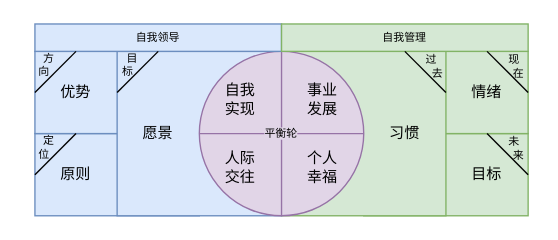
Earlier version of the draw.io diagram page "画布" (5 of 10) of 人生重启计划.drawio (youyusan/life_system). Source tidied: cells renumbered, new cells numbered last; positions are measured from the earlier drawing's top-left corner, leaving out a move shared by most shapes. Both pictures are drawn from the tidied source at 137%, with x=0, y=0 at pixel (23, 23).
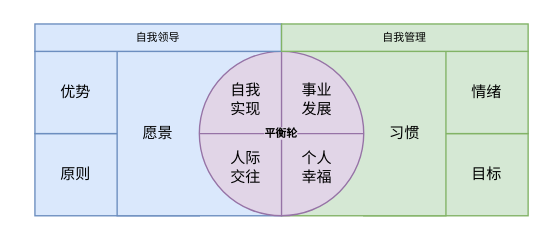
The same page after the edit.

Commit message:
更新人生重启计划.drawio

Unchanged cells that the change refers to:
```xml
<mxCell id="3" style="rounded=0;whiteSpace=wrap;html=1;fontFamily=Helvetica;fontSize=11;labelBackgroundColor=none;fillColor=#d5e8d4;strokeColor=#82b366;" parent="1" vertex="1">
  <mxGeometry x="248" y="20" width="120" height="60" as="geometry" />
</mxCell>
<mxCell id="5" style="rounded=0;whiteSpace=wrap;html=1;fontFamily=Helvetica;fontSize=11;labelBackgroundColor=none;fillColor=#dae8fc;strokeColor=#6c8ebf;" parent="1" vertex="1">
  <mxGeometry x="8" y="80" width="120" height="60" as="geometry" />
</mxCell>
<mxCell id="6" style="rounded=0;whiteSpace=wrap;html=1;fontFamily=Helvetica;fontSize=11;labelBackgroundColor=none;fillColor=#dae8fc;strokeColor=#6c8ebf;" parent="1" vertex="1">
  <mxGeometry x="8" y="20" width="120" height="60" as="geometry" />
</mxCell>
<mxCell id="17" value="情绪" style="text;html=1;align=center;verticalAlign=middle;whiteSpace=wrap;rounded=0;fontFamily=Helvetica;fontSize=11;labelBackgroundColor=none;" parent="1" vertex="1">
  <mxGeometry x="308" y="35" width="60" height="30" as="geometry" />
</mxCell>
```

Change to the diagram source:
```diff
@@
-    <mxCell id="8" value="&lt;span style=&quot;&quot;&gt;平衡轮&lt;/span&gt;" style="shape=orEllipse;perimeter=ellipsePerimeter;whiteSpace=wrap;html=1;backgroundOutline=1;fontFamily=Helvetica;fontSize=8;labelBackgroundColor=#E1D6E8;fillColor=#e1d5e7;strokeColor=#9673a6;" parent="1" vertex="1">
+    <mxCell id="8" value="&lt;span style=&quot;&quot;&gt;平衡轮&lt;/span&gt;" style="shape=orEllipse;perimeter=ellipsePerimeter;whiteSpace=wrap;html=1;backgroundOutline=1;fontFamily=Helvetica;fontSize=8;labelBackgroundColor=#E1D6E8;fillColor=#e1d5e7;strokeColor=#9673a6;fontStyle=1;" parent="1" vertex="1">
       <mxGeometry x="128" y="20" width="120" height="120" as="geometry" />
     </mxCell>
     <mxCell id="9" value="个人&lt;br&gt;幸福" style="text;html=1;align=center;verticalAlign=middle;whiteSpace=wrap;rounded=0;fontFamily=Helvetica;fontSize=11;labelBackgroundColor=none;" parent="1" vertex="1">
-      <mxGeometry x="188" y="90" width="60" height="30" as="geometry" />
+      <mxGeometry x="184" y="90" width="60" height="30" as="geometry" />
     </mxCell>
     <mxCell id="10" value="事业&lt;br&gt;发展" style="text;html=1;align=center;verticalAlign=middle;whiteSpace=wrap;rounded=0;fontFamily=Helvetica;fontSize=11;labelBackgroundColor=none;" parent="1" vertex="1">
-      <mxGeometry x="188" y="40" width="60" height="30" as="geometry" />
+      <mxGeometry x="184" y="40" width="60" height="30" as="geometry" />
     </mxCell>
     <mxCell id="11" value="自我&lt;br&gt;实现" style="text;html=1;align=center;verticalAlign=middle;whiteSpace=wrap;rounded=0;fontFamily=Helvetica;fontSize=11;labelBackgroundColor=none;" parent="1" vertex="1">
-      <mxGeometry x="128" y="40" width="60" height="30" as="geometry" />
+      <mxGeometry x="132" y="40" width="60" height="30" as="geometry" />
     </mxCell>
     <mxCell id="12" value="人际&lt;br&gt;交往" style="text;html=1;align=center;verticalAlign=middle;whiteSpace=wrap;rounded=0;fontFamily=Helvetica;fontSize=11;labelBackgroundColor=none;" parent="1" vertex="1">
-      <mxGeometry x="128" y="90" width="60" height="30" as="geometry" />
+      <mxGeometry x="132" y="90" width="60" height="30" as="geometry" />
     </mxCell>
@@
-    <mxCell id="21" style="endArrow=none;html=1;rounded=0;align=center;verticalAlign=middle;fontFamily=Helvetica;fontSize=11;fontColor=default;labelBackgroundColor=none;entryX=0.25;entryY=0;entryDx=0;entryDy=0;" parent="1" edge="1" target="6">
-      <mxGeometry relative="1" as="geometry">
-        <mxPoint x="8" y="50" as="sourcePoint" />
-      </mxGeometry>
-    </mxCell>
-    <mxCell id="22" value="&amp;nbsp; &amp;nbsp;方&lt;br&gt;向" style="text;html=1;align=center;verticalAlign=middle;whiteSpace=wrap;rounded=0;fontFamily=Helvetica;fontSize=8;labelBackgroundColor=none;" parent="1" vertex="1">
-      <mxGeometry y="20" width="30" height="20" as="geometry" />
-    </mxCell>
-    <mxCell id="23" value="&amp;nbsp; &amp;nbsp;定&lt;br&gt;位" style="text;html=1;align=center;verticalAlign=middle;whiteSpace=wrap;rounded=0;fontFamily=Helvetica;fontSize=8;labelBackgroundColor=none;" parent="1" vertex="1">
-      <mxGeometry y="55" width="30" height="70" as="geometry" />
-    </mxCell>
-    <mxCell id="24" style="endArrow=none;html=1;rounded=0;align=center;verticalAlign=middle;fontFamily=Helvetica;fontSize=11;fontColor=default;labelBackgroundColor=none;entryX=0.267;entryY=0.786;entryDx=0;entryDy=0;entryPerimeter=0;exitX=0.25;exitY=0;exitDx=0;exitDy=0;" parent="1" edge="1" source="5" target="23">
-      <mxGeometry relative="1" as="geometry" />
-    </mxCell>
-    <mxCell id="25" style="endArrow=none;html=1;rounded=0;align=center;verticalAlign=middle;fontFamily=Helvetica;fontSize=11;fontColor=default;labelBackgroundColor=none;entryX=0.25;entryY=0;entryDx=0;entryDy=0;" parent="1" edge="1">
-      <mxGeometry relative="1" as="geometry">
-        <mxPoint x="68" y="50" as="sourcePoint" />
-        <mxPoint x="98" y="20" as="targetPoint" />
-      </mxGeometry>
-    </mxCell>
-    <mxCell id="26" value="&amp;nbsp; &amp;nbsp;目&lt;br&gt;标" style="text;html=1;align=center;verticalAlign=middle;whiteSpace=wrap;rounded=0;fontFamily=Helvetica;fontSize=8;labelBackgroundColor=none;" parent="1" vertex="1">
-      <mxGeometry x="61" y="20" width="30" height="20" as="geometry" />
-    </mxCell>
-    <mxCell id="27" style="endArrow=none;html=1;rounded=0;align=center;verticalAlign=middle;fontFamily=Helvetica;fontSize=11;fontColor=default;labelBackgroundColor=none;entryX=1;entryY=0.5;entryDx=0;entryDy=0;exitX=0.75;exitY=0;exitDx=0;exitDy=0;" parent="1" edge="1" source="3" target="17">
-      <mxGeometry relative="1" as="geometry" />
-    </mxCell>
-    <mxCell id="28" style="endArrow=none;html=1;rounded=0;align=center;verticalAlign=middle;fontFamily=Helvetica;fontSize=11;fontColor=default;labelBackgroundColor=none;entryX=1;entryY=0.5;entryDx=0;entryDy=0;exitX=0.75;exitY=0;exitDx=0;exitDy=0;" parent="1" edge="1">
-      <mxGeometry relative="1" as="geometry">
-        <mxPoint x="338" y="80" as="sourcePoint" />
-        <mxPoint x="368" y="110" as="targetPoint" />
-      </mxGeometry>
-    </mxCell>
-    <mxCell id="29" style="endArrow=none;html=1;rounded=0;align=center;verticalAlign=middle;fontFamily=Helvetica;fontSize=11;fontColor=default;labelBackgroundColor=none;entryX=1;entryY=0.5;entryDx=0;entryDy=0;exitX=0.75;exitY=0;exitDx=0;exitDy=0;" parent="1" edge="1">
-      <mxGeometry relative="1" as="geometry">
-        <mxPoint x="278" y="20" as="sourcePoint" />
-        <mxPoint x="308" y="50" as="targetPoint" />
-      </mxGeometry>
-    </mxCell>
-    <mxCell id="30" value="现&lt;div&gt;&amp;nbsp; &amp;nbsp;在&lt;/div&gt;" style="text;html=1;align=center;verticalAlign=middle;whiteSpace=wrap;rounded=0;fontFamily=Helvetica;fontSize=8;labelBackgroundColor=none;" parent="1" vertex="1">
-      <mxGeometry x="343" y="21" width="30" height="20" as="geometry" />
-    </mxCell>
-    <mxCell id="31" value="未&lt;div&gt;&amp;nbsp; &amp;nbsp;来&lt;/div&gt;" style="text;html=1;align=center;verticalAlign=middle;whiteSpace=wrap;rounded=0;fontFamily=Helvetica;fontSize=8;labelBackgroundColor=none;" parent="1" vertex="1">
-      <mxGeometry x="343" y="81" width="30" height="20" as="geometry" />
-    </mxCell>
-    <mxCell id="32" value="&lt;div&gt;过&amp;nbsp; &amp;nbsp;&lt;/div&gt;&lt;div&gt;&amp;nbsp;去&lt;/div&gt;" style="text;html=1;align=center;verticalAlign=middle;whiteSpace=wrap;rounded=0;fontFamily=Helvetica;fontSize=8;labelBackgroundColor=none;" parent="1" vertex="1">
-      <mxGeometry x="286" y="21" width="30" height="20" as="geometry" />
-    </mxCell>
```
